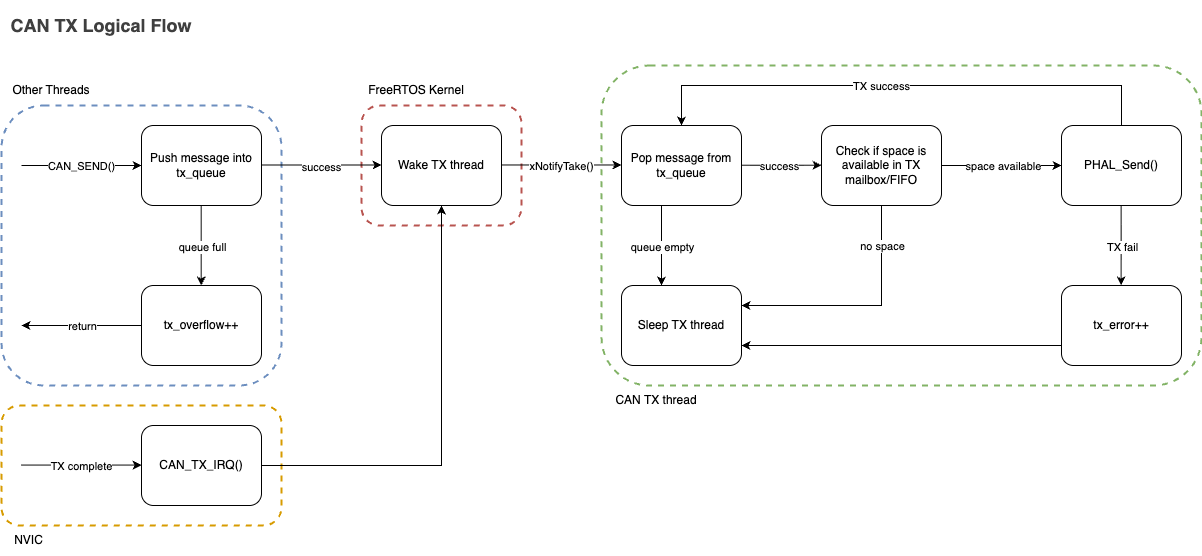
Before: common/can_library/can_tx_logic.drawio.png, a diagram exported from draw.io (PurdueElectricRacing/firmware). Source tidied: cells renumbered, new cells last; positions are measured from the earlier drawing's top-left corner, leaving out a move shared by most shapes.
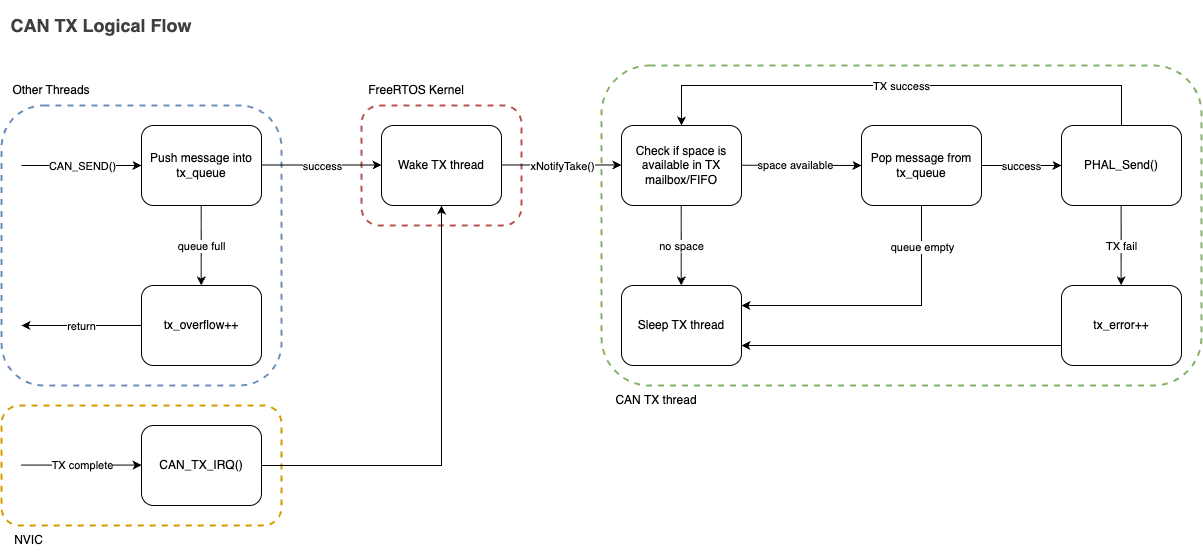
After the commit.

Commit message:
fix pop/check order

Diff of the diagram source:
```diff
@@ -87,18 +87,18 @@
     <mxCell id="21" value="Other Threads" style="text;html=1;align=center;verticalAlign=middle;whiteSpace=wrap;rounded=0;" parent="1" vertex="1">
       <mxGeometry y="70" width="100" height="30" as="geometry" />
     </mxCell>
-    <mxCell id="22" value="Check if space is available in TX mailbox/FIFO" style="rounded=1;whiteSpace=wrap;html=1;" parent="1" vertex="1">
-      <mxGeometry x="820" y="120" width="120" height="80" as="geometry" />
+    <mxCell id="22" value="Pop message from tx_queue" style="rounded=1;whiteSpace=wrap;html=1;" parent="1" vertex="1">
+      <mxGeometry x="860" y="120" width="120" height="80" as="geometry" />
     </mxCell>
     <mxCell id="23" style="endArrow=classic;html=1;" parent="1" edge="1">
       <mxGeometry relative="1" as="geometry">
-        <mxPoint x="940" y="160" as="sourcePoint" />
+        <mxPoint x="980" y="160" as="sourcePoint" />
         <mxPoint x="1060" y="160" as="targetPoint" />
       </mxGeometry>
     </mxCell>
-    <mxCell id="24" value="space available" style="edgeLabel;html=1;align=center;verticalAlign=middle;" parent="23" vertex="1">
+    <mxCell id="24" value="success" style="edgeLabel;html=1;align=center;verticalAlign=middle;" parent="23" vertex="1">
       <mxGeometry x="-0.08" y="-2" relative="1" as="geometry">
-        <mxPoint x="5" y="-2" as="offset" />
+        <mxPoint x="3" y="-2" as="offset" />
       </mxGeometry>
     </mxCell>
     <mxCell id="25" value="PHAL_Send()" style="rounded=1;whiteSpace=wrap;html=1;" parent="1" vertex="1">
@@ -116,7 +116,7 @@
     </mxCell>
     <mxCell id="27" value="TX success" style="edgeLabel;html=1;align=center;verticalAlign=middle;" parent="26" vertex="1">
       <mxGeometry x="0.05" y="-2" relative="1" as="geometry">
-        <mxPoint x="-7" y="2" as="offset" />
+        <mxPoint x="14" y="2" as="offset" />
       </mxGeometry>
     </mxCell>
     <mxCell id="28" value="Sleep TX thread" style="rounded=1;whiteSpace=wrap;html=1;" parent="1" vertex="1">
@@ -151,16 +151,16 @@
     <mxCell id="34" value="CAN TX thread" style="text;html=1;align=center;verticalAlign=middle;whiteSpace=wrap;rounded=0;" parent="1" vertex="1">
       <mxGeometry x="600" y="380" width="110" height="30" as="geometry" />
     </mxCell>
-    <mxCell id="35" value="Pop message from tx_queue" style="rounded=1;whiteSpace=wrap;html=1;" parent="1" vertex="1">
+    <mxCell id="35" value="&lt;span style=&quot;color: rgb(0, 0, 0);&quot;&gt;Check if space is available in TX mailbox/FIFO&lt;/span&gt;" style="rounded=1;whiteSpace=wrap;html=1;" parent="1" vertex="1">
       <mxGeometry x="620" y="120" width="120" height="80" as="geometry" />
     </mxCell>
     <mxCell id="36" style="endArrow=classic;html=1;" parent="1" edge="1">
       <mxGeometry relative="1" as="geometry">
-        <mxPoint x="660" y="200" as="sourcePoint" />
-        <mxPoint x="660" y="280" as="targetPoint" />
+        <mxPoint x="679.7" y="200" as="sourcePoint" />
+        <mxPoint x="679.7" y="280" as="targetPoint" />
       </mxGeometry>
     </mxCell>
-    <mxCell id="37" value="queue empty" style="edgeLabel;html=1;align=center;verticalAlign=middle;" parent="36" vertex="1">
+    <mxCell id="37" value="no space" style="edgeLabel;html=1;align=center;verticalAlign=middle;" parent="36" vertex="1">
       <mxGeometry x="-0.12" y="-1" relative="1" as="geometry">
         <mxPoint x="1" y="5" as="offset" />
       </mxGeometry>
@@ -168,10 +168,10 @@
     <mxCell id="38" style="endArrow=classic;html=1;" parent="1" edge="1">
       <mxGeometry relative="1" as="geometry">
         <mxPoint x="740" y="159.7" as="sourcePoint" />
-        <mxPoint x="820" y="159.7" as="targetPoint" />
+        <mxPoint x="860" y="160" as="targetPoint" />
       </mxGeometry>
     </mxCell>
-    <mxCell id="39" value="success" style="edgeLabel;html=1;align=center;verticalAlign=middle;" parent="38" vertex="1">
+    <mxCell id="39" value="space available" style="edgeLabel;html=1;align=center;verticalAlign=middle;" parent="38" vertex="1">
       <mxGeometry x="-0.12" y="-1" relative="1" as="geometry">
         <mxPoint x="1" y="-1" as="offset" />
       </mxGeometry>
@@ -192,16 +192,16 @@
     </mxCell>
     <mxCell id="43" style="endArrow=classic;html=1;rounded=0;curved=0;" parent="1" edge="1">
       <mxGeometry relative="1" as="geometry">
-        <mxPoint x="880" y="200" as="sourcePoint" />
+        <mxPoint x="920" y="200" as="sourcePoint" />
         <mxPoint x="740" y="300" as="targetPoint" />
         <Array as="points">
-          <mxPoint x="880" y="300" />
+          <mxPoint x="920" y="300" />
         </Array>
       </mxGeometry>
     </mxCell>
-    <mxCell id="44" value="no space" style="edgeLabel;html=1;align=center;verticalAlign=middle;" parent="43" vertex="1">
+    <mxCell id="44" value="queue empty" style="edgeLabel;html=1;align=center;verticalAlign=middle;" parent="43" vertex="1">
       <mxGeometry x="-0.65" relative="1" as="geometry">
-        <mxPoint y="-2" as="offset" />
+        <mxPoint y="-9" as="offset" />
       </mxGeometry>
     </mxCell>
     <mxCell id="45" style="endArrow=classic;html=1;" parent="1" edge="1">
```
